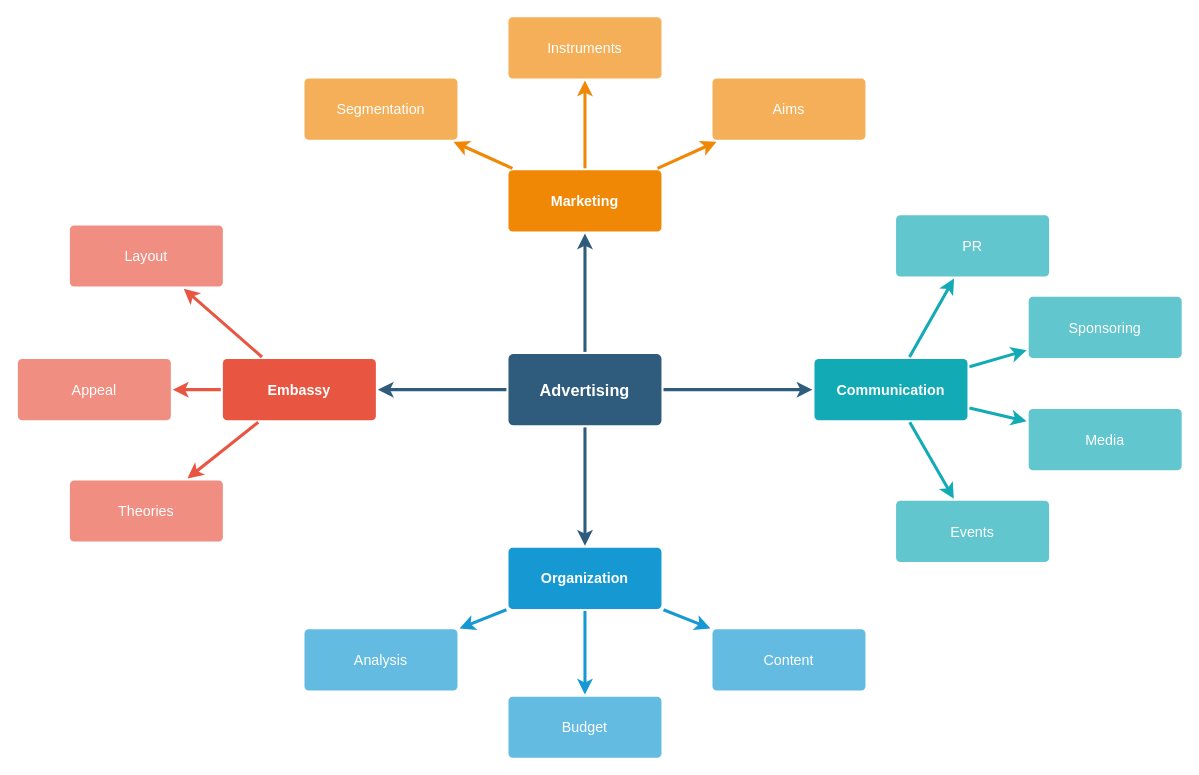
The draw.io diagram AMS-exfil.drawio in jbradysmith/Draw.io, before the edit. Source tidied: cells renumbered, new cells numbered last; positions are measured from the earlier drawing's top-left corner, leaving out a move shared by most shapes. Both pictures are drawn from the tidied source at 102%, with x=0, y=0 at pixel (17, 16).
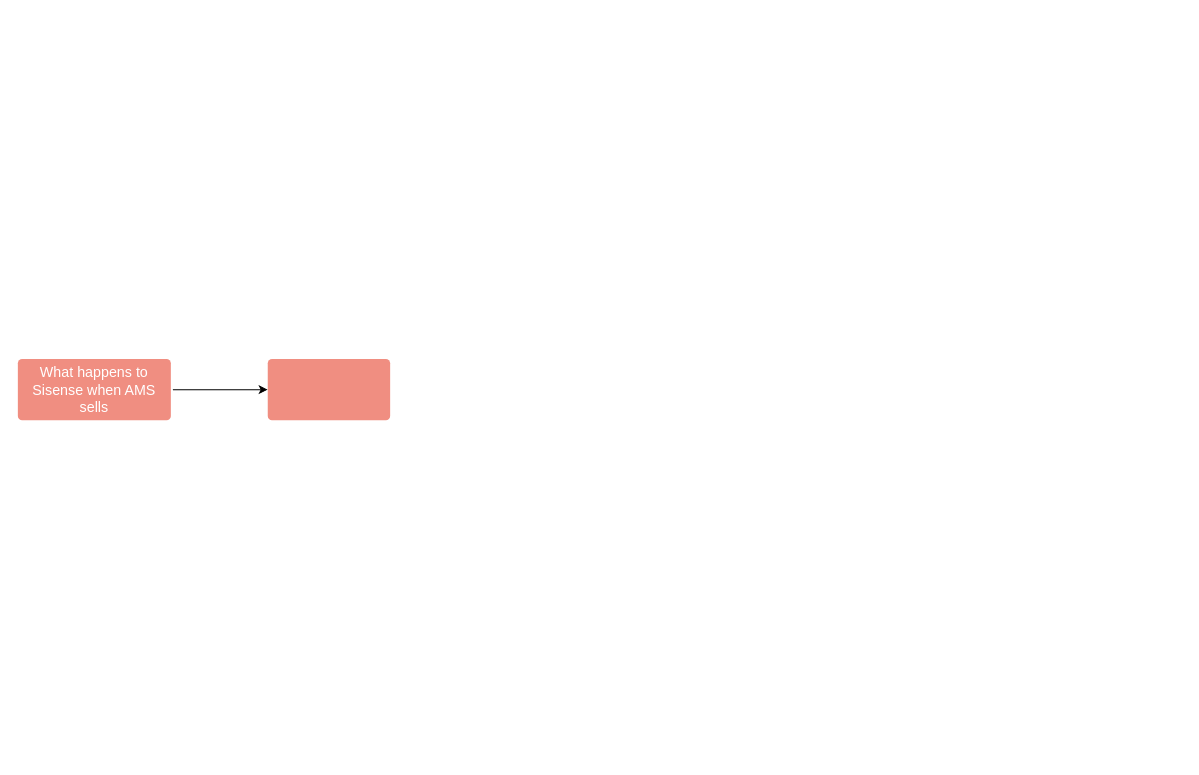
The same page after the edit.

The edit, as a diff of the source:
```diff
@@
-    <mxCell id="2" style="edgeStyle=none;rounded=0;jumpStyle=none;html=1;shadow=0;labelBackgroundColor=none;startArrow=none;startFill=0;endArrow=classic;endFill=1;jettySize=auto;strokeColor=#2F5B7C;strokeWidth=3;fontFamily=Helvetica;fontSize=16;fontColor=#23445D;spacing=5;" parent="1" edge="1" source="6" target="21">
-      <mxGeometry relative="1" as="geometry" />
-    </mxCell>
-    <mxCell id="3" style="edgeStyle=none;rounded=0;jumpStyle=none;html=1;shadow=0;labelBackgroundColor=none;startArrow=none;startFill=0;endArrow=classic;endFill=1;jettySize=auto;strokeColor=#2F5B7C;strokeWidth=3;fontFamily=Helvetica;fontSize=16;fontColor=#23445D;spacing=5;" parent="1" edge="1" source="6" target="28">
-      <mxGeometry relative="1" as="geometry" />
-    </mxCell>
-    <mxCell id="4" style="edgeStyle=none;rounded=0;jumpStyle=none;html=1;shadow=0;labelBackgroundColor=none;startArrow=none;startFill=0;endArrow=classic;endFill=1;jettySize=auto;strokeColor=#2F5B7C;strokeWidth=3;fontFamily=Helvetica;fontSize=16;fontColor=#23445D;spacing=5;" parent="1" edge="1" source="6" target="17">
-      <mxGeometry relative="1" as="geometry" />
-    </mxCell>
-    <mxCell id="5" style="edgeStyle=none;rounded=0;jumpStyle=none;html=1;shadow=0;labelBackgroundColor=none;startArrow=none;startFill=0;endArrow=classic;endFill=1;jettySize=auto;strokeColor=#2F5B7C;strokeWidth=3;fontFamily=Helvetica;fontSize=16;fontColor=#23445D;spacing=5;" parent="1" edge="1" source="6" target="10">
-      <mxGeometry relative="1" as="geometry" />
-    </mxCell>
-    <mxCell id="6" value="Advertising" style="rounded=1;whiteSpace=wrap;html=1;shadow=0;labelBackgroundColor=none;strokeColor=none;strokeWidth=3;fillColor=#2F5B7C;fontFamily=Helvetica;fontSize=16;fontColor=#FFFFFF;align=center;fontStyle=1;spacing=5;arcSize=7;perimeterSpacing=2;" parent="1" vertex="1">
-      <mxGeometry x="481" y="330.5" width="150" height="70" as="geometry" />
-    </mxCell>
-    <mxCell id="7" style="edgeStyle=none;rounded=1;jumpStyle=none;html=1;shadow=0;labelBackgroundColor=none;startArrow=none;startFill=0;jettySize=auto;strokeColor=#E85642;strokeWidth=3;fontFamily=Helvetica;fontSize=14;fontColor=#FFFFFF;spacing=5;fontStyle=1;fillColor=#b0e3e6;" parent="1" edge="1" source="10" target="13">
-      <mxGeometry relative="1" as="geometry" />
-    </mxCell>
-    <mxCell id="8" style="edgeStyle=none;rounded=1;jumpStyle=none;html=1;shadow=0;labelBackgroundColor=none;startArrow=none;startFill=0;jettySize=auto;strokeColor=#E85642;strokeWidth=3;fontFamily=Helvetica;fontSize=14;fontColor=#FFFFFF;spacing=5;fontStyle=1;fillColor=#b0e3e6;" parent="1" edge="1" source="10" target="12">
-      <mxGeometry relative="1" as="geometry" />
-    </mxCell>
-    <mxCell id="9" style="edgeStyle=none;rounded=1;jumpStyle=none;html=1;shadow=0;labelBackgroundColor=none;startArrow=none;startFill=0;jettySize=auto;strokeColor=#E85642;strokeWidth=3;fontFamily=Helvetica;fontSize=14;fontColor=#FFFFFF;spacing=5;fontStyle=1;fillColor=#b0e3e6;" parent="1" edge="1" source="10" target="11">
-      <mxGeometry relative="1" as="geometry" />
-    </mxCell>
-    <mxCell id="10" value="Embassy" style="rounded=1;whiteSpace=wrap;html=1;shadow=0;labelBackgroundColor=none;strokeColor=none;strokeWidth=3;fillColor=#e85642;fontFamily=Helvetica;fontSize=14;fontColor=#FFFFFF;align=center;spacing=5;fontStyle=1;arcSize=7;perimeterSpacing=2;" parent="1" vertex="1">
-      <mxGeometry x="201" y="335.5" width="150" height="60" as="geometry" />
-    </mxCell>
-    <mxCell id="11" value="Theories" style="rounded=1;whiteSpace=wrap;html=1;shadow=0;labelBackgroundColor=none;strokeColor=none;strokeWidth=3;fillColor=#f08e81;fontFamily=Helvetica;fontSize=14;fontColor=#FFFFFF;align=center;spacing=5;fontStyle=0;arcSize=7;perimeterSpacing=2;" parent="1" vertex="1">
-      <mxGeometry x="51" y="454.5" width="150" height="60" as="geometry" />
-    </mxCell>
+    <mxCell id="37" style="edgeStyle=orthogonalEdgeStyle;rounded=0;jettySize=auto;html=1;" parent="1" edge="1" source="12" target="38">
+      <mxGeometry relative="1" as="geometry" />
+    </mxCell>
-    <mxCell id="12" value="Appeal" style="rounded=1;whiteSpace=wrap;html=1;shadow=0;labelBackgroundColor=none;strokeColor=none;strokeWidth=3;fillColor=#f08e81;fontFamily=Helvetica;fontSize=14;fontColor=#FFFFFF;align=center;spacing=5;fontStyle=0;arcSize=7;perimeterSpacing=2;" parent="1" vertex="1">
+    <mxCell id="12" value="What happens to Sisense when AMS sells" style="rounded=1;whiteSpace=wrap;html=1;shadow=0;labelBackgroundColor=none;strokeColor=none;strokeWidth=3;fillColor=#f08e81;fontFamily=Helvetica;fontSize=14;fontColor=#FFFFFF;align=center;spacing=5;fontStyle=0;arcSize=7;perimeterSpacing=2;" parent="1" vertex="1">
       <mxGeometry y="335.5" width="150" height="60" as="geometry" />
     </mxCell>
-    <mxCell id="13" value="Layout" style="rounded=1;whiteSpace=wrap;html=1;shadow=0;labelBackgroundColor=none;strokeColor=none;strokeWidth=3;fillColor=#f08e81;fontFamily=Helvetica;fontSize=14;fontColor=#FFFFFF;align=center;spacing=5;fontStyle=0;arcSize=7;perimeterSpacing=2;" parent="1" vertex="1">
-      <mxGeometry x="51" y="204.5" width="150" height="60" as="geometry" />
-    </mxCell>
-    <mxCell id="14" style="edgeStyle=none;rounded=0;jumpStyle=none;html=1;shadow=0;labelBackgroundColor=none;startArrow=none;startFill=0;endArrow=classic;endFill=1;jettySize=auto;strokeColor=#1699D3;strokeWidth=3;fontFamily=Helvetica;fontSize=14;fontColor=#FFFFFF;spacing=5;" parent="1" edge="1" source="17" target="20">
-      <mxGeometry relative="1" as="geometry" />
-    </mxCell>
-    <mxCell id="15" style="edgeStyle=none;rounded=0;jumpStyle=none;html=1;shadow=0;labelBackgroundColor=none;startArrow=none;startFill=0;endArrow=classic;endFill=1;jettySize=auto;strokeColor=#1699D3;strokeWidth=3;fontFamily=Helvetica;fontSize=14;fontColor=#FFFFFF;spacing=5;" parent="1" edge="1" source="17" target="19">
-      <mxGeometry relative="1" as="geometry" />
-    </mxCell>
-    <mxCell id="16" style="edgeStyle=none;rounded=0;jumpStyle=none;html=1;shadow=0;labelBackgroundColor=none;startArrow=none;startFill=0;endArrow=classic;endFill=1;jettySize=auto;strokeColor=#1699D3;strokeWidth=3;fontFamily=Helvetica;fontSize=14;fontColor=#FFFFFF;spacing=5;" parent="1" edge="1" source="17" target="18">
-      <mxGeometry relative="1" as="geometry" />
-    </mxCell>
-    <mxCell id="17" value="Organization" style="rounded=1;whiteSpace=wrap;html=1;shadow=0;labelBackgroundColor=none;strokeColor=none;strokeWidth=3;fillColor=#1699d3;fontFamily=Helvetica;fontSize=14;fontColor=#FFFFFF;align=center;spacing=5;fontStyle=1;arcSize=7;perimeterSpacing=2;" parent="1" vertex="1">
-      <mxGeometry x="481" y="520.5" width="150" height="60" as="geometry" />
-    </mxCell>
-    <mxCell id="18" value="Content" style="rounded=1;whiteSpace=wrap;html=1;shadow=0;labelBackgroundColor=none;strokeColor=none;strokeWidth=3;fillColor=#64bbe2;fontFamily=Helvetica;fontSize=14;fontColor=#FFFFFF;align=center;spacing=5;arcSize=7;perimeterSpacing=2;" parent="1" vertex="1">
-      <mxGeometry x="681" y="600.5" width="150" height="60" as="geometry" />
-    </mxCell>
-    <mxCell id="19" value="Budget" style="rounded=1;whiteSpace=wrap;html=1;shadow=0;labelBackgroundColor=none;strokeColor=none;strokeWidth=3;fillColor=#64bbe2;fontFamily=Helvetica;fontSize=14;fontColor=#FFFFFF;align=center;spacing=5;arcSize=7;perimeterSpacing=2;" parent="1" vertex="1">
-      <mxGeometry x="481" y="666.5" width="150" height="60" as="geometry" />
-    </mxCell>
-    <mxCell id="20" value="Analysis" style="rounded=1;whiteSpace=wrap;html=1;shadow=0;labelBackgroundColor=none;strokeColor=none;strokeWidth=3;fillColor=#64bbe2;fontFamily=Helvetica;fontSize=14;fontColor=#FFFFFF;align=center;spacing=5;arcSize=7;perimeterSpacing=2;" parent="1" vertex="1">
-      <mxGeometry x="281" y="600.5" width="150" height="60" as="geometry" />
-    </mxCell>
-    <mxCell id="21" value="Marketing" style="rounded=1;whiteSpace=wrap;html=1;shadow=0;labelBackgroundColor=none;strokeColor=none;strokeWidth=3;fillColor=#F08705;fontFamily=Helvetica;fontSize=14;fontColor=#FFFFFF;align=center;spacing=5;fontStyle=1;arcSize=7;perimeterSpacing=2;" parent="1" vertex="1">
-      <mxGeometry x="481" y="150.5" width="150" height="60" as="geometry" />
-    </mxCell>
-    <mxCell id="22" value="Aims&lt;br&gt;" style="rounded=1;whiteSpace=wrap;html=1;shadow=0;labelBackgroundColor=none;strokeColor=none;strokeWidth=3;fillColor=#f5af58;fontFamily=Helvetica;fontSize=14;fontColor=#FFFFFF;align=center;spacing=5;arcSize=7;perimeterSpacing=2;" parent="1" vertex="1">
-      <mxGeometry x="681" y="60.5" width="150" height="60" as="geometry" />
-    </mxCell>
-    <mxCell id="23" style="edgeStyle=none;rounded=0;jumpStyle=none;html=1;shadow=0;labelBackgroundColor=none;startArrow=none;startFill=0;endArrow=classic;endFill=1;jettySize=auto;strokeColor=#F08705;strokeWidth=3;fontFamily=Helvetica;fontSize=14;fontColor=#FFFFFF;spacing=5;" parent="1" edge="1" source="21" target="22">
-      <mxGeometry relative="1" as="geometry" />
-    </mxCell>
-    <mxCell id="24" value="Instruments" style="rounded=1;whiteSpace=wrap;html=1;shadow=0;labelBackgroundColor=none;strokeColor=none;strokeWidth=3;fillColor=#f5af58;fontFamily=Helvetica;fontSize=14;fontColor=#FFFFFF;align=center;spacing=5;arcSize=7;perimeterSpacing=2;" parent="1" vertex="1">
-      <mxGeometry x="481" y="0.5" width="150" height="60" as="geometry" />
-    </mxCell>
-    <mxCell id="25" style="edgeStyle=none;rounded=0;jumpStyle=none;html=1;shadow=0;labelBackgroundColor=none;startArrow=none;startFill=0;endArrow=classic;endFill=1;jettySize=auto;strokeColor=#F08705;strokeWidth=3;fontFamily=Helvetica;fontSize=14;fontColor=#FFFFFF;spacing=5;" parent="1" edge="1" source="21" target="24">
-      <mxGeometry relative="1" as="geometry" />
-    </mxCell>
-    <mxCell id="26" value="Segmentation" style="rounded=1;whiteSpace=wrap;html=1;shadow=0;labelBackgroundColor=none;strokeColor=none;strokeWidth=3;fillColor=#f5af58;fontFamily=Helvetica;fontSize=14;fontColor=#FFFFFF;align=center;spacing=5;arcSize=7;perimeterSpacing=2;" parent="1" vertex="1">
-      <mxGeometry x="281" y="60.5" width="150" height="60" as="geometry" />
-    </mxCell>
-    <mxCell id="27" style="edgeStyle=none;rounded=0;jumpStyle=none;html=1;shadow=0;labelBackgroundColor=none;startArrow=none;startFill=0;endArrow=classic;endFill=1;jettySize=auto;strokeColor=#F08705;strokeWidth=3;fontFamily=Helvetica;fontSize=14;fontColor=#FFFFFF;spacing=5;" parent="1" edge="1" source="21" target="26">
-      <mxGeometry relative="1" as="geometry" />
-    </mxCell>
-    <mxCell id="28" value="Communication" style="rounded=1;whiteSpace=wrap;html=1;shadow=0;labelBackgroundColor=none;strokeColor=none;strokeWidth=3;fillColor=#12aab5;fontFamily=Helvetica;fontSize=14;fontColor=#FFFFFF;align=center;spacing=5;fontStyle=1;arcSize=7;perimeterSpacing=2;" parent="1" vertex="1">
-      <mxGeometry x="781" y="335.5" width="150" height="60" as="geometry" />
-    </mxCell>
-    <mxCell id="29" value="Events" style="rounded=1;whiteSpace=wrap;html=1;shadow=0;labelBackgroundColor=none;strokeColor=none;strokeWidth=3;fillColor=#61c6ce;fontFamily=Helvetica;fontSize=14;fontColor=#FFFFFF;align=center;spacing=5;fontStyle=0;arcSize=7;perimeterSpacing=2;" parent="1" vertex="1">
-      <mxGeometry x="861" y="474.5" width="150" height="60" as="geometry" />
-    </mxCell>
-    <mxCell id="30" style="edgeStyle=none;rounded=1;jumpStyle=none;html=1;shadow=0;labelBackgroundColor=none;startArrow=none;startFill=0;jettySize=auto;strokeColor=#12AAB5;strokeWidth=3;fontFamily=Helvetica;fontSize=14;fontColor=#FFFFFF;spacing=5;fontStyle=1;fillColor=#b0e3e6;" parent="1" edge="1" source="28" target="29">
-      <mxGeometry relative="1" as="geometry" />
-    </mxCell>
-    <mxCell id="31" value="Media" style="rounded=1;whiteSpace=wrap;html=1;shadow=0;labelBackgroundColor=none;strokeColor=none;strokeWidth=3;fillColor=#61c6ce;fontFamily=Helvetica;fontSize=14;fontColor=#FFFFFF;align=center;spacing=5;fontStyle=0;arcSize=7;perimeterSpacing=2;" parent="1" vertex="1">
-      <mxGeometry x="991" y="384.5" width="150" height="60" as="geometry" />
-    </mxCell>
-    <mxCell id="32" style="edgeStyle=none;rounded=1;jumpStyle=none;html=1;shadow=0;labelBackgroundColor=none;startArrow=none;startFill=0;jettySize=auto;strokeColor=#12AAB5;strokeWidth=3;fontFamily=Helvetica;fontSize=14;fontColor=#FFFFFF;spacing=5;fontStyle=1;fillColor=#b0e3e6;" parent="1" edge="1" source="28" target="31">
-      <mxGeometry relative="1" as="geometry" />
-    </mxCell>
-    <mxCell id="33" value="Sponsoring" style="rounded=1;whiteSpace=wrap;html=1;shadow=0;labelBackgroundColor=none;strokeColor=none;strokeWidth=3;fillColor=#61c6ce;fontFamily=Helvetica;fontSize=14;fontColor=#FFFFFF;align=center;spacing=5;fontStyle=0;arcSize=7;perimeterSpacing=2;" parent="1" vertex="1">
-      <mxGeometry x="991" y="274.5" width="150" height="60" as="geometry" />
-    </mxCell>
-    <mxCell id="34" style="edgeStyle=none;rounded=1;jumpStyle=none;html=1;shadow=0;labelBackgroundColor=none;startArrow=none;startFill=0;jettySize=auto;strokeColor=#12AAB5;strokeWidth=3;fontFamily=Helvetica;fontSize=14;fontColor=#FFFFFF;spacing=5;fontStyle=1;fillColor=#b0e3e6;" parent="1" edge="1" source="28" target="33">
-      <mxGeometry relative="1" as="geometry" />
-    </mxCell>
-    <mxCell id="35" value="PR" style="rounded=1;whiteSpace=wrap;html=1;shadow=0;labelBackgroundColor=none;strokeColor=none;strokeWidth=3;fillColor=#61c6ce;fontFamily=Helvetica;fontSize=14;fontColor=#FFFFFF;align=center;spacing=5;fontStyle=0;arcSize=7;perimeterSpacing=2;" parent="1" vertex="1">
-      <mxGeometry x="861" y="194.5" width="150" height="60" as="geometry" />
-    </mxCell>
-    <mxCell id="36" style="edgeStyle=none;rounded=1;jumpStyle=none;html=1;shadow=0;labelBackgroundColor=none;startArrow=none;startFill=0;jettySize=auto;strokeColor=#12AAB5;strokeWidth=3;fontFamily=Helvetica;fontSize=14;fontColor=#FFFFFF;spacing=5;fontStyle=1;fillColor=#b0e3e6;" parent="1" edge="1" source="28" target="35">
-      <mxGeometry relative="1" as="geometry" />
-    </mxCell>
+    <mxCell id="38" style="whiteSpace=wrap;html=1;fontSize=14;fillColor=#f08e81;strokeColor=none;fontColor=#FFFFFF;rounded=1;shadow=0;labelBackgroundColor=none;strokeWidth=3;spacing=5;fontStyle=0;arcSize=7;" parent="1" vertex="1">
+      <mxGeometry x="245" y="335.5" width="120" height="60" as="geometry" />
+    </mxCell>
```
